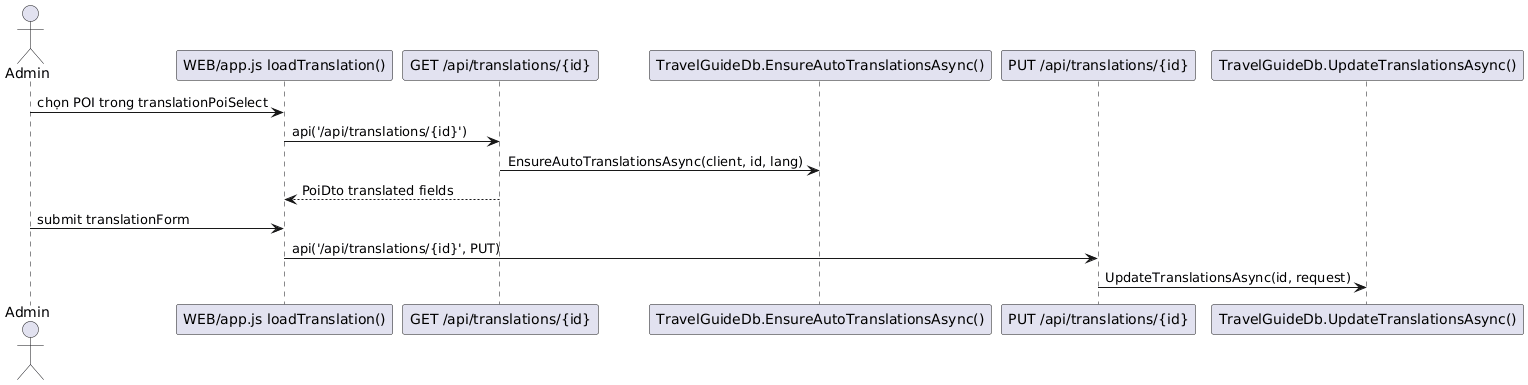
Before: Diagrams/SE Admin QuanLyBanDich.png, a diagram exported from PlantUML (hoangtri22/TravelGuide).
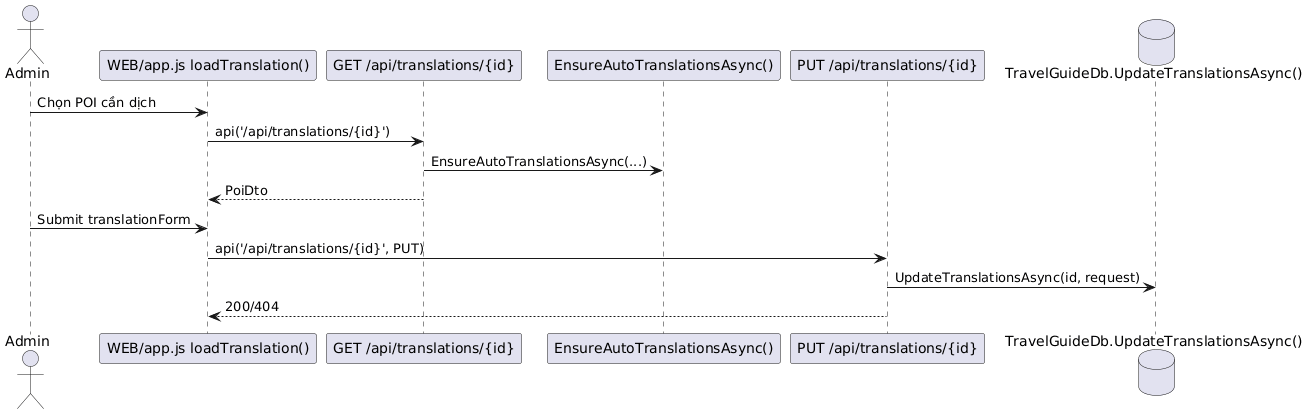
After the change.

Diff of the diagram source:
```diff
@@ -1,16 +1,16 @@
 @startuml
-actor "Admin" as A
-participant "WEB/app.js loadTranslation()" as JS
-participant "GET /api/translations/{id}" as GETTR
-participant "TravelGuideDb.EnsureAutoTranslationsAsync()" as AUTO
-participant "PUT /api/translations/{id}" as PUTTR
-participant "TravelGuideDb.UpdateTranslationsAsync()" as DB
-
-A -> JS: chọn POI trong translationPoiSelect
-JS -> GETTR: api('/api/translations/{id}')
-GETTR -> AUTO: EnsureAutoTranslationsAsync(client, id, lang)
-GETTR --> JS: PoiDto translated fields
-A -> JS: submit translationForm
-JS -> PUTTR: api('/api/translations/{id}', PUT)
-PUTTR -> DB: UpdateTranslationsAsync(id, request)
+actor Admin as A
+participant "WEB/app.js loadTranslation()" as FE
+participant "GET /api/translations/{id}" as GET
+participant "EnsureAutoTranslationsAsync()" as AUTO
+participant "PUT /api/translations/{id}" as PUT
+database "TravelGuideDb.UpdateTranslationsAsync()" as DB
+A -> FE : Chọn POI cần dịch
+FE -> GET : api('/api/translations/{id}')
+GET -> AUTO : EnsureAutoTranslationsAsync(...)
+GET --> FE : PoiDto
+A -> FE : Submit translationForm
+FE -> PUT : api('/api/translations/{id}', PUT)
+PUT -> DB : UpdateTranslationsAsync(id, request)
+PUT --> FE : 200/404
 @enduml
```
